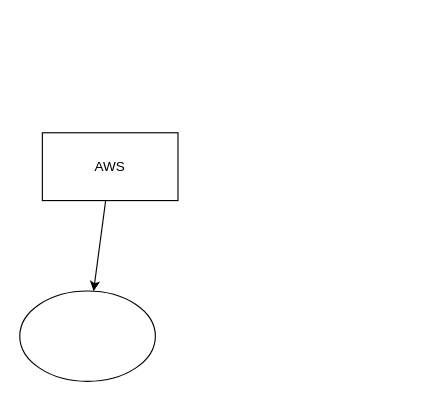
Earlier version of the draw.io diagram modules/aws/diagram/aws.drawio (VishalSinghDevops/VishalSinghDevops). Source tidied: cells renumbered, new cells numbered last; positions are measured from the earlier drawing's top-left corner, leaving out a move shared by most shapes. Both pictures are drawn from the tidied source at 113%, with x=0, y=0 at pixel (19, 132).
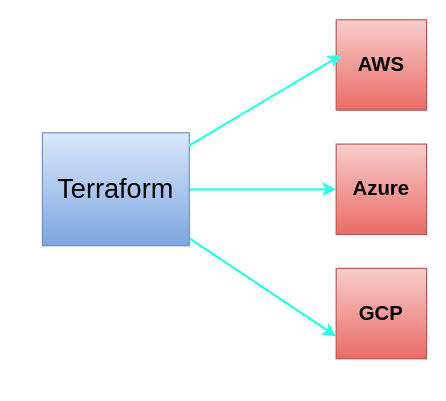
Above is the later version.

Diff of the diagram source:
```diff
@@
 <mxGraphModel>
   <root>
     <mxCell id="0" />
     <mxCell id="1" parent="0" />
+    <mxCell id="5" style="edgeStyle=none;html=1;entryX=0;entryY=0.75;entryDx=0;entryDy=0;flowAnimation=1;strokeWidth=2;strokeColor=#32FFE3;" parent="1" edge="1" source="3" target="8">
+      <mxGeometry relative="1" as="geometry" />
+    </mxCell>
+    <mxCell id="6" style="edgeStyle=none;html=1;entryX=0;entryY=0.5;entryDx=0;entryDy=0;flowAnimation=1;strokeWidth=2;strokeColor=#32FFE3;" parent="1" edge="1" source="3" target="7">
+      <mxGeometry relative="1" as="geometry" />
+    </mxCell>
+    <mxCell id="3" value="&lt;font style=&quot;font-size: 24px;&quot;&gt;Terraform&lt;/font&gt;" style="rounded=0;whiteSpace=wrap;html=1;fillColor=#dae8fc;strokeColor=#6c8ebf;gradientColor=#7ea6e0;" parent="1" vertex="1">
+      <mxGeometry x="20" width="130" height="100" as="geometry" />
+    </mxCell>
-    <mxCell id="2" style="edgeStyle=none;html=1;flowAnimation=1;" parent="1" edge="1" source="3" target="4">
-      <mxGeometry relative="1" as="geometry" />
+    <mxCell id="2" value="&lt;b&gt;&lt;font style=&quot;font-size: 18px;&quot;&gt;AWS&lt;/font&gt;&lt;/b&gt;" style="whiteSpace=wrap;html=1;fillColor=#f8cecc;strokeColor=#b85450;gradientColor=#ea6b66;" parent="1" vertex="1">
+      <mxGeometry x="280" y="-100" width="80" height="80" as="geometry" />
     </mxCell>
-    <mxCell id="3" value="AWS" style="rounded=0;whiteSpace=wrap;html=1;" parent="1" vertex="1">
-      <mxGeometry x="20" width="120" height="60" as="geometry" />
-    </mxCell>
-    <mxCell id="4" style="ellipse;whiteSpace=wrap;html=1;" parent="1" vertex="1">
-      <mxGeometry y="140" width="120" height="80" as="geometry" />
-    </mxCell>
+    <mxCell id="7" value="&lt;b&gt;&lt;font style=&quot;font-size: 18px;&quot;&gt;Azure&lt;/font&gt;&lt;/b&gt;" style="whiteSpace=wrap;html=1;fillColor=#f8cecc;strokeColor=#b85450;gradientColor=#ea6b66;" parent="1" vertex="1">
+      <mxGeometry x="280" y="10" width="80" height="80" as="geometry" />
+    </mxCell>
+    <mxCell id="8" value="&lt;b&gt;&lt;font style=&quot;font-size: 18px;&quot;&gt;GCP&lt;/font&gt;&lt;/b&gt;" style="whiteSpace=wrap;html=1;fillColor=#f8cecc;strokeColor=#b85450;gradientColor=#ea6b66;" parent="1" vertex="1">
+      <mxGeometry x="280" y="120" width="80" height="80" as="geometry" />
+    </mxCell>
+    <mxCell id="9" style="edgeStyle=none;html=1;entryX=0.06;entryY=0.387;entryDx=0;entryDy=0;entryPerimeter=0;strokeWidth=2;flowAnimation=1;strokeColor=#32FFE3;" parent="1" edge="1" source="3" target="2">
+      <mxGeometry relative="1" as="geometry" />
+    </mxCell>
   </root>
 </mxGraphModel>
```
